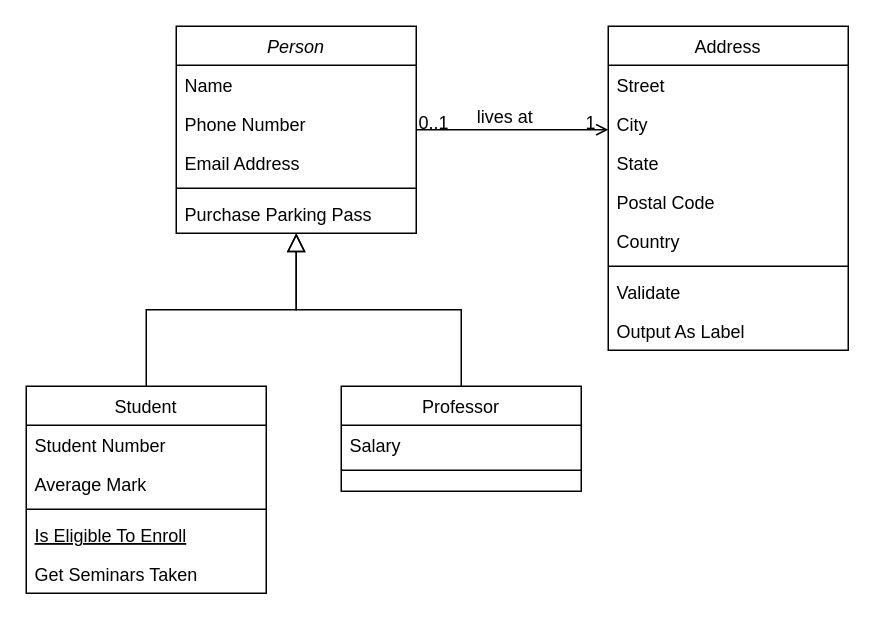
Earlier version of the draw.io diagram tese/Diagrama sem nome.drawio (francisco-vpereira/ForceraIntership). Source tidied: cells renumbered, new cells numbered last; positions are measured from the earlier drawing's top-left corner, leaving out a move shared by most shapes. Both pictures are drawn from the tidied source at 150%, with x=0, y=0 at pixel (26, 26).
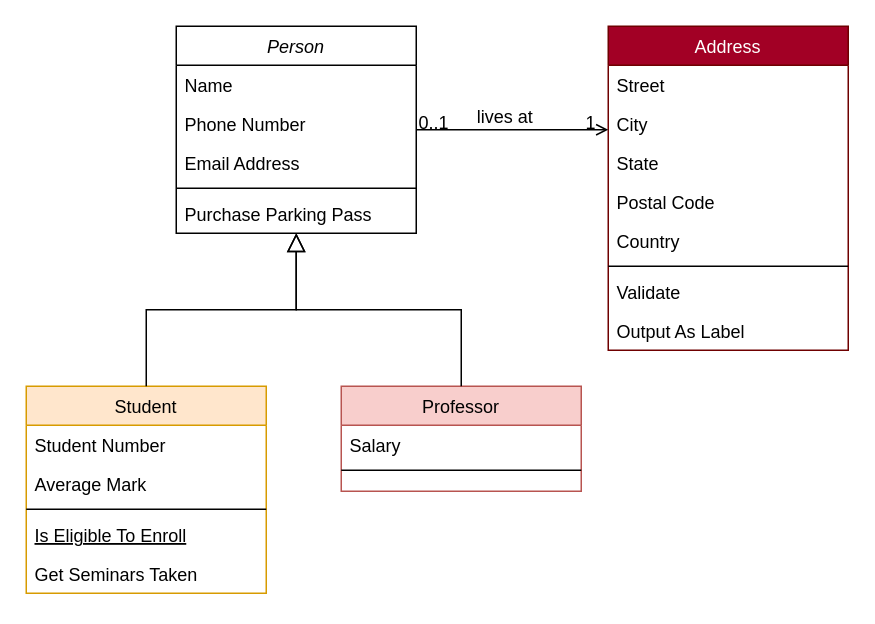
Above is the later version.

Diff of the diagram source:
```diff
@@
-    <mxCell id="8" value="Student" style="swimlane;fontStyle=0;align=center;verticalAlign=top;horizontal=1;startSize=26;rounded=0;shadow=0;strokeWidth=1;" parent="1" vertex="1">
+    <mxCell id="8" value="Student" style="swimlane;fontStyle=0;align=center;verticalAlign=top;horizontal=1;startSize=26;rounded=0;shadow=0;strokeWidth=1;fillColor=#ffe6cc;strokeColor=#d79b00;" parent="1" vertex="1">
       <mxGeometry y="240" width="160" height="138" as="geometry" />
     </mxCell>
@@
-    <mxCell id="15" value="Professor" style="swimlane;fontStyle=0;align=center;verticalAlign=top;horizontal=1;startSize=26;rounded=0;shadow=0;strokeWidth=1;" parent="1" vertex="1">
+    <mxCell id="15" value="Professor" style="swimlane;fontStyle=0;align=center;verticalAlign=top;horizontal=1;startSize=26;rounded=0;shadow=0;strokeWidth=1;fillColor=#f8cecc;strokeColor=#b85450;" parent="1" vertex="1">
       <mxGeometry x="210" y="240" width="160" height="70" as="geometry" />
     </mxCell>
@@
-    <mxCell id="19" value="Address" style="swimlane;fontStyle=0;align=center;verticalAlign=top;horizontal=1;startSize=26;rounded=0;shadow=0;strokeWidth=1;" parent="1" vertex="1">
+    <mxCell id="19" value="Address" style="swimlane;fontStyle=0;align=center;verticalAlign=top;horizontal=1;startSize=26;rounded=0;shadow=0;strokeWidth=1;fillColor=#a20025;fontColor=#ffffff;strokeColor=#6F0000;" parent="1" vertex="1">
       <mxGeometry x="388" width="160" height="216" as="geometry" />
     </mxCell>
```
